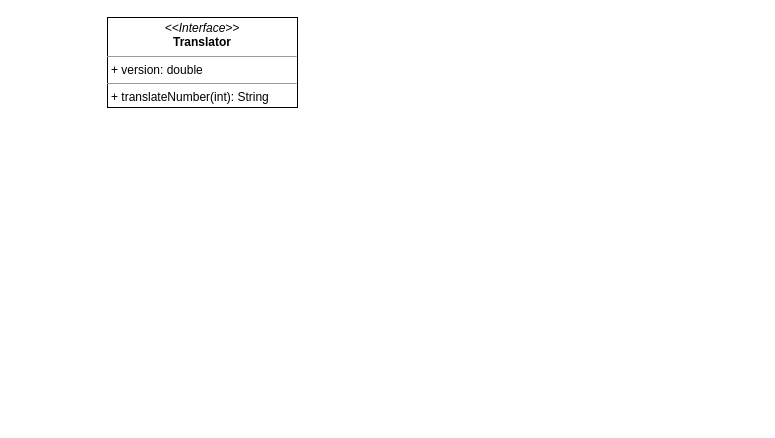
dhefel2s/Hbrs keeps this draw.io diagram as Unbenanntes Diagramm.drawio. Above is the earlier version. Source tidied: cells renumbered, new cells numbered last; positions are measured from the earlier drawing's top-left corner, leaving out a move shared by most shapes. Both pictures are drawn from the tidied source at 100%, with x=0, y=0 at pixel (107, 17).
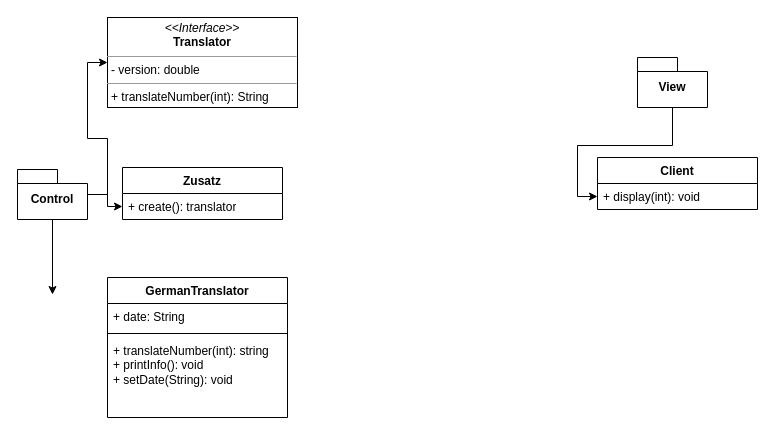
The same page after the edit.

What changed in the source:
```diff
@@
 <mxGraphModel>
   <root>
     <mxCell id="0" />
     <mxCell id="1" parent="0" />
-    <mxCell id="2" value="&lt;p style=&quot;margin:0px;margin-top:4px;text-align:center;&quot;&gt;&lt;i&gt;&amp;lt;&amp;lt;Interface&amp;gt;&amp;gt;&lt;/i&gt;&lt;br&gt;&lt;b&gt;Translator&lt;/b&gt;&lt;/p&gt;&lt;hr size=&quot;1&quot;&gt;&lt;p style=&quot;margin:0px;margin-left:4px;&quot;&gt;+ version: double&lt;br&gt;&lt;/p&gt;&lt;hr size=&quot;1&quot;&gt;&lt;p style=&quot;margin:0px;margin-left:4px;&quot;&gt;+&amp;nbsp;translateNumber(int): String&lt;/p&gt;" style="verticalAlign=top;align=left;overflow=fill;fontSize=12;fontFamily=Helvetica;html=1;whiteSpace=wrap;" parent="1" vertex="1">
+    <mxCell id="2" value="&lt;p style=&quot;margin:0px;margin-top:4px;text-align:center;&quot;&gt;&lt;i&gt;&amp;lt;&amp;lt;Interface&amp;gt;&amp;gt;&lt;/i&gt;&lt;br&gt;&lt;b&gt;Translator&lt;/b&gt;&lt;/p&gt;&lt;hr size=&quot;1&quot;&gt;&lt;p style=&quot;margin:0px;margin-left:4px;&quot;&gt;- version: double&lt;br&gt;&lt;/p&gt;&lt;hr size=&quot;1&quot;&gt;&lt;p style=&quot;margin:0px;margin-left:4px;&quot;&gt;+&amp;nbsp;translateNumber(int): String&lt;/p&gt;" style="verticalAlign=top;align=left;overflow=fill;fontSize=12;fontFamily=Helvetica;html=1;whiteSpace=wrap;" parent="1" vertex="1">
       <mxGeometry width="190" height="90" as="geometry" />
     </mxCell>
+    <mxCell id="3" value="GermanTranslator" style="swimlane;fontStyle=1;align=center;verticalAlign=top;horizontal=1;startSize=26;whiteSpace=wrap;html=1;" parent="1" vertex="1">
+      <mxGeometry y="260" width="180" height="140" as="geometry" />
+    </mxCell>
+    <mxCell id="4" value="+ date: String" style="text;strokeColor=none;fillColor=none;align=left;verticalAlign=top;spacingLeft=4;spacingRight=4;overflow=hidden;whiteSpace=wrap;html=1;" parent="3" vertex="1">
+      <mxGeometry y="26" width="180" height="26" as="geometry" />
+    </mxCell>
+    <mxCell id="5" style="line;strokeWidth=1;fillColor=none;align=left;verticalAlign=middle;spacingTop=-1;spacingLeft=3;spacingRight=3;labelPosition=right;strokeColor=inherit;" parent="3" vertex="1">
+      <mxGeometry y="52" width="180" height="8" as="geometry" />
+    </mxCell>
+    <mxCell id="6" value="+&amp;nbsp;translateNumber(int): string&lt;br&gt;+&amp;nbsp;printInfo(): void&lt;br&gt;+ setDate(String): void" style="text;strokeColor=none;fillColor=none;align=left;verticalAlign=top;spacingLeft=4;spacingRight=4;overflow=hidden;whiteSpace=wrap;html=1;" parent="3" vertex="1">
+      <mxGeometry y="60" width="180" height="80" as="geometry" />
+    </mxCell>
+    <mxCell id="7" value="Zusatz" style="swimlane;fontStyle=1;align=center;verticalAlign=top;horizontal=1;startSize=26;whiteSpace=wrap;html=1;" parent="1" vertex="1">
+      <mxGeometry x="15" y="150" width="160" height="52" as="geometry" />
+    </mxCell>
+    <mxCell id="8" value="+ create(): translator" style="text;strokeColor=none;fillColor=none;align=left;verticalAlign=top;spacingLeft=4;spacingRight=4;overflow=hidden;points=[[0,0.5],[1,0.5]];portConstraint=eastwest;whiteSpace=wrap;html=1;" parent="7" vertex="1">
+      <mxGeometry y="26" width="160" height="26" as="geometry" />
+    </mxCell>
+    <mxCell id="9" value="Client" style="swimlane;fontStyle=1;align=center;verticalAlign=top;horizontal=1;startSize=26;whiteSpace=wrap;html=1;" parent="1" vertex="1">
+      <mxGeometry x="490" y="140" width="160" height="52" as="geometry" />
+    </mxCell>
+    <mxCell id="10" value="+ display(int): void" style="text;strokeColor=none;fillColor=none;align=left;verticalAlign=top;spacingLeft=4;spacingRight=4;overflow=hidden;points=[[0,0.5],[1,0.5]];portConstraint=eastwest;whiteSpace=wrap;html=1;" parent="9" vertex="1">
+      <mxGeometry y="26" width="160" height="26" as="geometry" />
+    </mxCell>
+    <mxCell id="11" style="edgeStyle=orthogonalEdgeStyle;rounded=0;jettySize=auto;html=1;" parent="1" edge="1" source="14" target="8">
+      <mxGeometry relative="1" as="geometry" />
+    </mxCell>
+    <mxCell id="12" style="edgeStyle=orthogonalEdgeStyle;rounded=0;jettySize=auto;html=1;entryX=0;entryY=0.5;entryDx=0;entryDy=0;" parent="1" edge="1" source="14" target="2">
+      <mxGeometry relative="1" as="geometry" />
+    </mxCell>
+    <mxCell id="13" style="edgeStyle=orthogonalEdgeStyle;rounded=0;jettySize=auto;html=1;" parent="1" edge="1" source="14">
+      <mxGeometry relative="1" as="geometry">
+        <mxPoint x="-55" y="277" as="targetPoint" />
+      </mxGeometry>
+    </mxCell>
+    <mxCell id="14" value="Control" style="shape=folder;fontStyle=1;spacingTop=10;tabWidth=40;tabHeight=14;tabPosition=left;html=1;whiteSpace=wrap;" parent="1" vertex="1">
+      <mxGeometry x="-90" y="152" width="70" height="50" as="geometry" />
+    </mxCell>
+    <mxCell id="15" style="edgeStyle=orthogonalEdgeStyle;rounded=0;jettySize=auto;html=1;" parent="1" edge="1" source="16" target="10">
+      <mxGeometry relative="1" as="geometry" />
+    </mxCell>
+    <mxCell id="16" value="View" style="shape=folder;fontStyle=1;spacingTop=10;tabWidth=40;tabHeight=14;tabPosition=left;html=1;whiteSpace=wrap;" parent="1" vertex="1">
+      <mxGeometry x="530" y="40" width="70" height="50" as="geometry" />
+    </mxCell>
   </root>
 </mxGraphModel>
```
